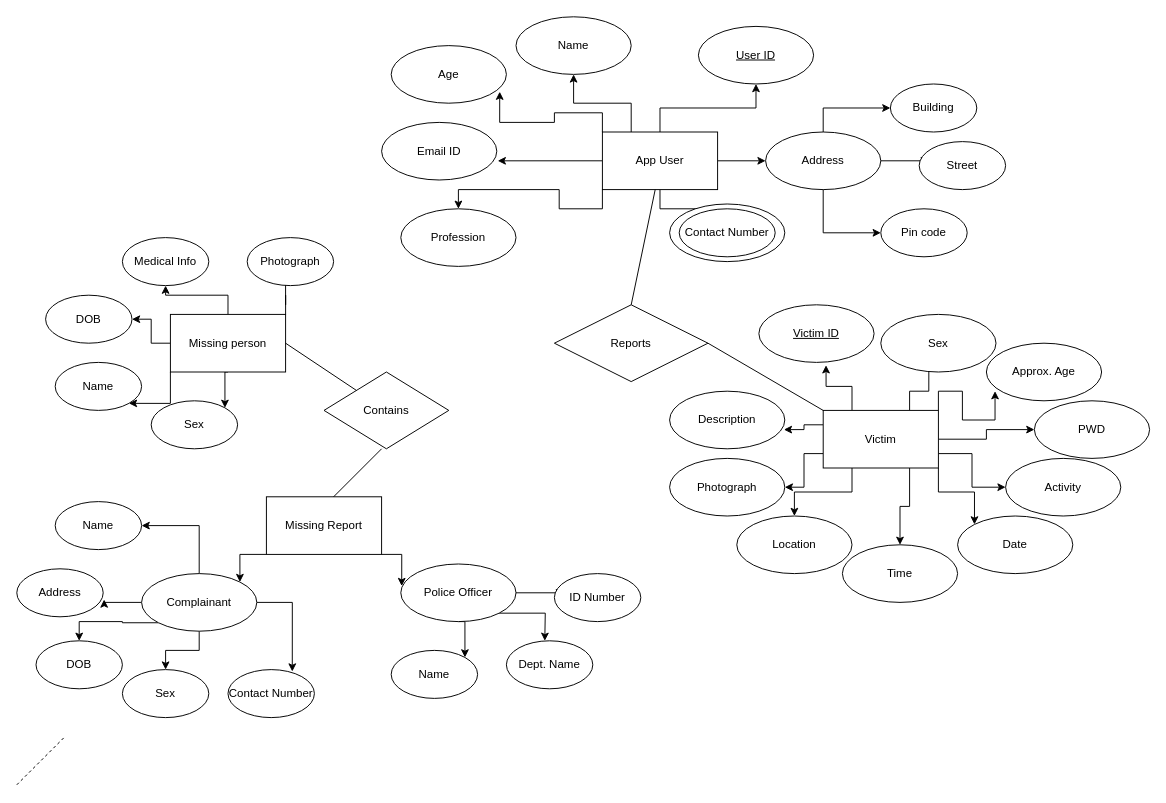
bhargavisandur/QGIS keeps this draw.io diagram as Untitled Diagram.drawio. Above is the earlier version. Source tidied: cells renumbered, new cells numbered last; positions are measured from the earlier drawing's top-left corner, leaving out a move shared by most shapes. Both pictures are drawn from the tidied source at 96%, with x=0, y=0 at pixel (16, 16).
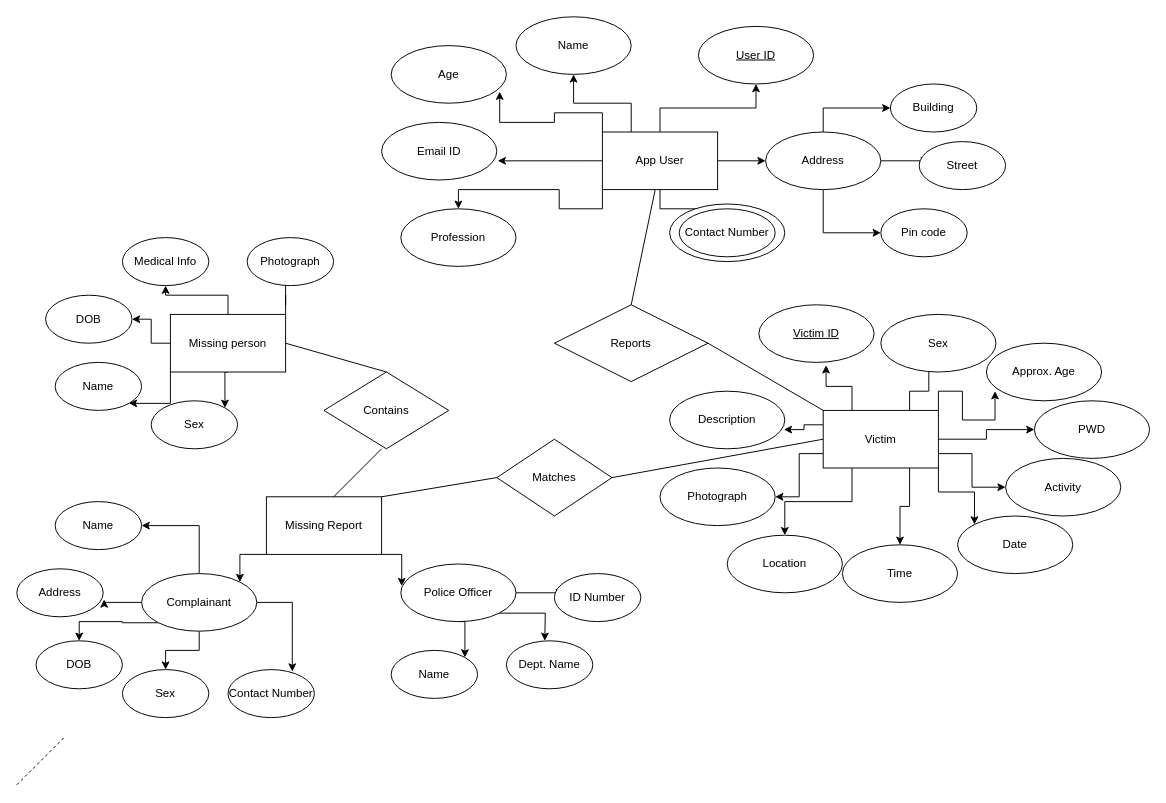
Above is the later version.

The change refers to these unchanged cells:
```xml
<mxCell id="34" value="Victim" style="rounded=0;whiteSpace=wrap;html=1;" parent="1" vertex="1">
  <mxGeometry x="840" y="410" width="120" height="60" as="geometry" />
</mxCell>
<mxCell id="79" value="Contains" style="rhombus;whiteSpace=wrap;html=1;" parent="1" vertex="1">
  <mxGeometry x="320" y="370" width="130" height="80" as="geometry" />
</mxCell>
```

What changed in the source:
```diff
@@
     <mxCell id="39" value="Location" style="ellipse;whiteSpace=wrap;html=1;" parent="1" vertex="1">
-      <mxGeometry x="750" y="520" width="120" height="60" as="geometry" />
+      <mxGeometry x="740" y="540" width="120" height="60" as="geometry" />
     </mxCell>
@@
     <mxCell id="43" value="Photograph" style="ellipse;whiteSpace=wrap;html=1;" parent="1" vertex="1">
-      <mxGeometry x="680" y="460" width="120" height="60" as="geometry" />
+      <mxGeometry x="670" y="470" width="120" height="60" as="geometry" />
     </mxCell>
@@
-    <mxCell id="80" style="endArrow=none;html=1;" parent="1" edge="1" target="79">
+    <mxCell id="80" style="endArrow=none;html=1;entryX=0.5;entryY=0;entryDx=0;entryDy=0;" parent="1" edge="1" target="79">
       <mxGeometry relative="1" as="geometry">
         <mxPoint x="280" y="340" as="sourcePoint" />
       </mxGeometry>
     </mxCell>
@@
+    <mxCell id="85" value="Matches" style="rhombus;whiteSpace=wrap;html=1;" parent="1" vertex="1">
+      <mxGeometry x="500" y="440" width="120" height="80" as="geometry" />
+    </mxCell>
+    <mxCell id="86" style="endArrow=none;html=1;entryX=0;entryY=0.5;entryDx=0;entryDy=0;" parent="1" edge="1" target="34">
+      <mxGeometry relative="1" as="geometry">
+        <mxPoint x="620" y="480" as="sourcePoint" />
+      </mxGeometry>
+    </mxCell>
+    <mxCell id="87" style="endArrow=none;html=1;entryX=0;entryY=0.5;entryDx=0;entryDy=0;" parent="1" edge="1" target="85">
+      <mxGeometry relative="1" as="geometry">
+        <mxPoint x="380" y="500" as="sourcePoint" />
+      </mxGeometry>
+    </mxCell>
```
